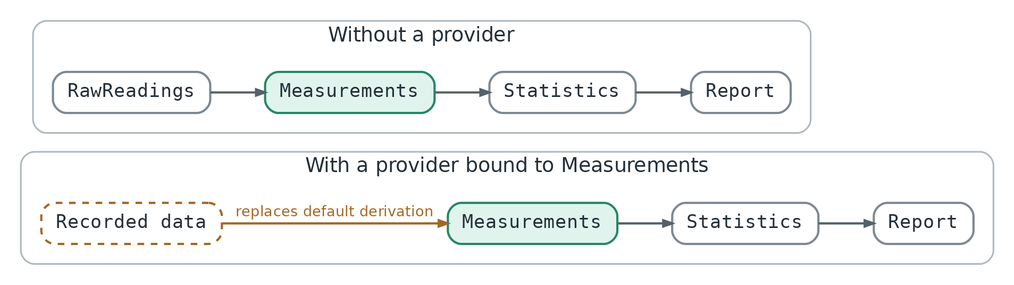
This is docs/assets/data-flow.png from dyuu7/dataioc, a Mermaid export, as it was before one commit. Its source is kept beside it as docs/assets/data-flow.mmd.
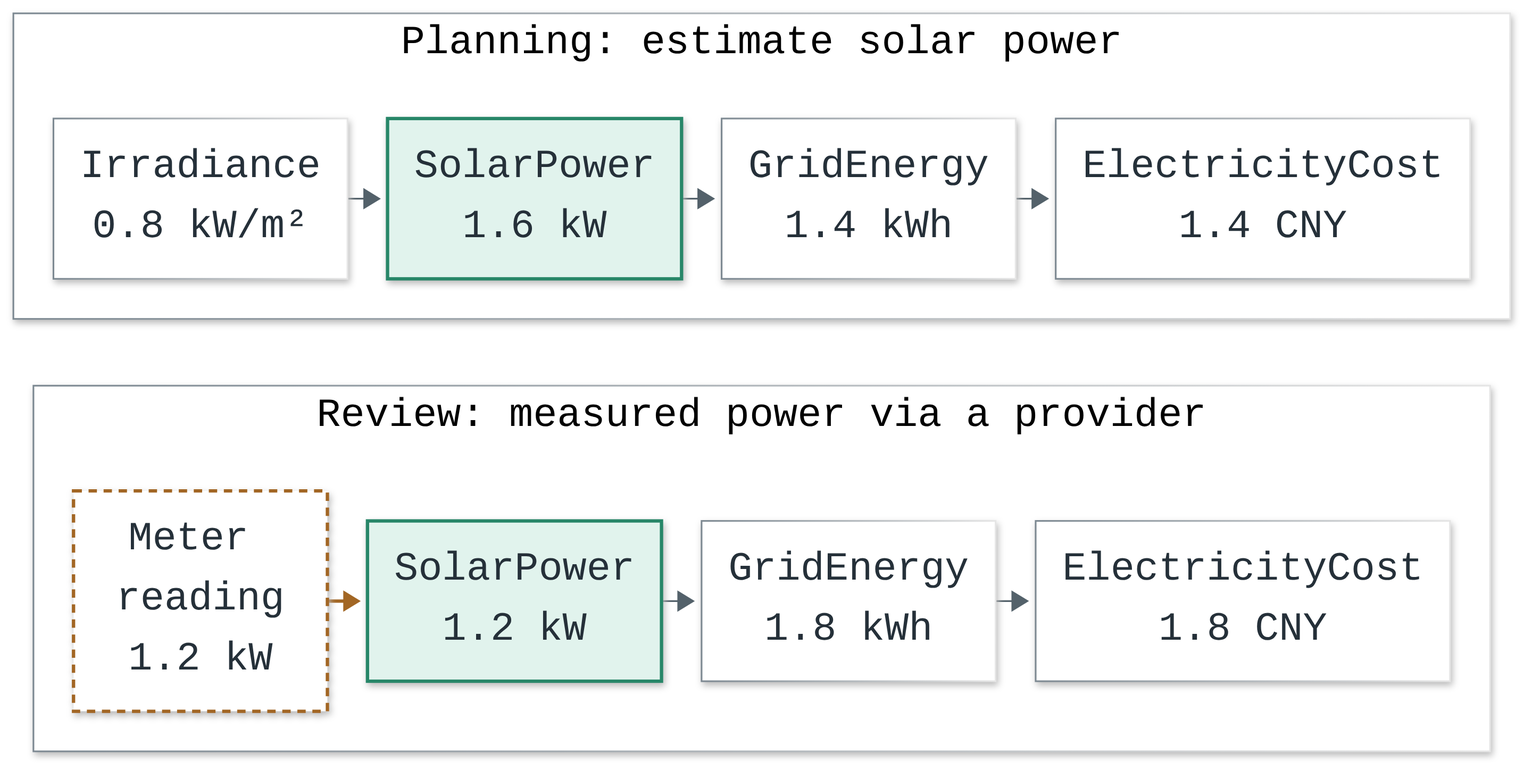
Later version of the same file.

Diff of the diagram source:
```diff
@@ -19,16 +19,17 @@
     padding: 12
 ---
 flowchart TB
-    subgraph Default["Without a provider"]
+    subgraph Default["Planning: estimate solar power"]
         direction LR
-        RawReadingsA[RawReadings] --> MeasurementsA[Measurements] --> StatisticsA[Statistics] --> ReportA[Report]
+        Irradiance["Irradiance<br/>0.8 kW/m²"] --> SolarPowerA["SolarPower<br/>1.6 kW"] --> GridEnergyA["GridEnergy<br/>1.4 kWh"] --> ElectricityCostA["ElectricityCost<br/>1.4 CNY"]
     end
-    subgraph Replaced["With a provider bound to Measurements"]
+    subgraph Replaced["Review: measured power via a provider"]
         direction LR
-        RecordedData[Recorded data] -->|"replaces default derivation"| MeasurementsB[Measurements] --> StatisticsB[Statistics] --> ReportB[Report]
+        Meter["Meter reading<br/>1.2 kW"] --> SolarPowerB["SolarPower<br/>1.2 kW"] --> GridEnergyB["GridEnergy<br/>1.8 kWh"] --> ElectricityCostB["ElectricityCost<br/>1.8 CNY"]
     end
+    Default ~~~ Replaced
     classDef derived fill:#e1f3ed,stroke:#278668,stroke-width:2px
     classDef source fill:#ffffff,stroke:#a26624,stroke-width:2px,stroke-dasharray:5 4
-    class MeasurementsA,MeasurementsB derived
-    class RecordedData source
+    class SolarPowerA,SolarPowerB derived
+    class Meter source
     linkStyle 3 stroke:#a26624,stroke-width:2px,color:#a26624
```
